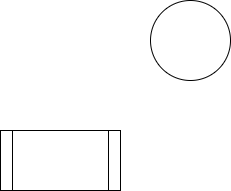
The draw.io diagram draw/ex.png in kwnh06/kwnh06.github.io, before a commit. Source tidied: cells renumbered, new cells last; positions are measured from the earlier drawing's top-left corner, leaving out a move shared by most shapes.
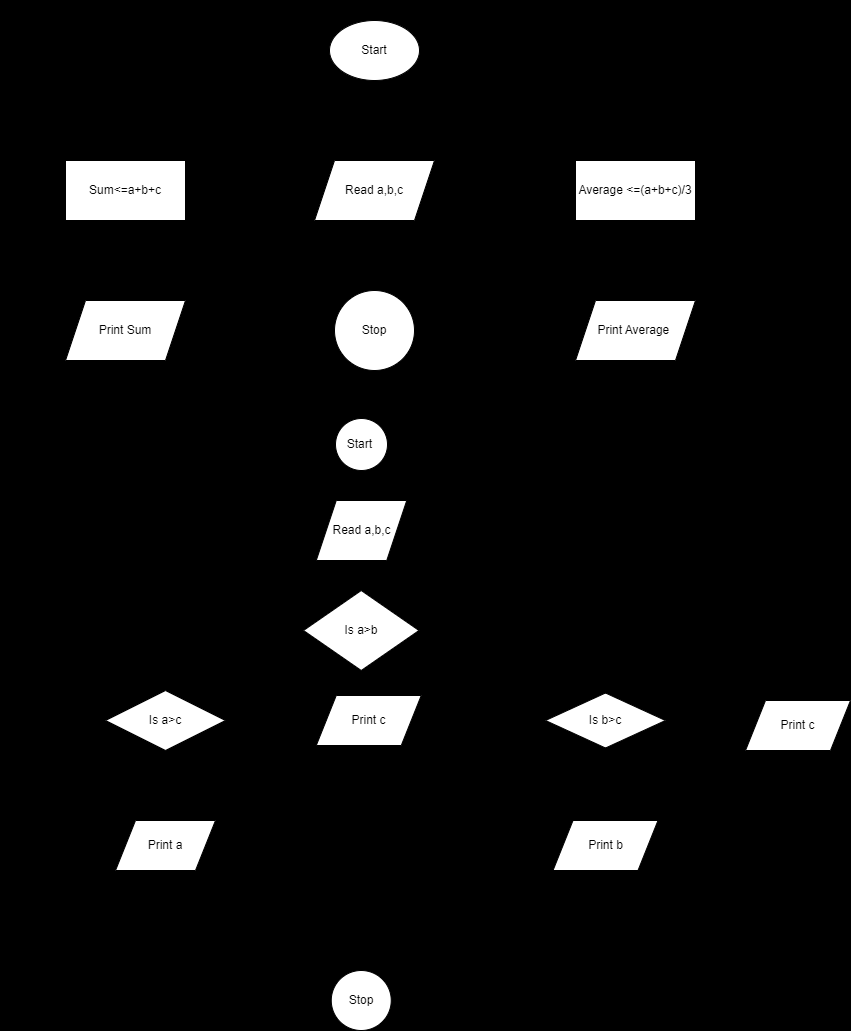
The same file after the commit.

Diff of the diagram source:
```diff
@@ -1,12 +1,185 @@
-<mxGraphModel>
+<mxGraphModel background="light-dark(#FFFFFF,#FFFFFF)">
   <root>
     <mxCell id="0" />
     <mxCell id="1" parent="0" />
-    <mxCell id="2" style="ellipse;whiteSpace=wrap;html=1;" parent="1" vertex="1">
-      <mxGeometry x="150" width="80" height="80" as="geometry" />
+    <mxCell id="2" value="flowchart&lt;div&gt;&lt;br&gt;&lt;/div&gt;" style="text;html=1;align=center;verticalAlign=middle;strokeColor=none;fillColor=none;" parent="1" vertex="1">
+      <mxGeometry x="-150" width="70" height="40" as="geometry" />
     </mxCell>
+    <mxCell id="4" style="edgeStyle=none;html=1;" parent="1" edge="1" source="3" target="6">
+      <mxGeometry relative="1" as="geometry" />
+    </mxCell>
-    <mxCell id="3" style="shape=process;whiteSpace=wrap;html=1;backgroundOutline=1;" parent="1" vertex="1">
-      <mxGeometry y="130" width="120" height="60" as="geometry" />
+    <mxCell id="3" value="Start" style="ellipse;whiteSpace=wrap;html=1;" parent="1" vertex="1">
+      <mxGeometry x="174" y="20" width="90" height="60" as="geometry" />
     </mxCell>
+    <mxCell id="5" style="edgeStyle=none;html=1;" parent="1" edge="1" source="6" target="8">
+      <mxGeometry relative="1" as="geometry" />
+    </mxCell>
+    <mxCell id="6" value="Read a,b,c" style="shape=parallelogram;perimeter=parallelogramPerimeter;whiteSpace=wrap;html=1;fixedSize=1;" parent="1" vertex="1">
+      <mxGeometry x="159" y="160" width="120" height="60" as="geometry" />
+    </mxCell>
+    <mxCell id="7" style="edgeStyle=none;html=1;" parent="1" edge="1" source="8" target="13">
+      <mxGeometry relative="1" as="geometry" />
+    </mxCell>
+    <mxCell id="8" value="Sum&amp;lt;=a+b+c" style="whiteSpace=wrap;html=1;" parent="1" vertex="1">
+      <mxGeometry x="-90" y="160" width="120" height="60" as="geometry" />
+    </mxCell>
+    <mxCell id="9" style="edgeStyle=none;html=1;" parent="1" edge="1" source="10">
+      <mxGeometry relative="1" as="geometry">
+        <mxPoint x="480" y="300" as="targetPoint" />
+      </mxGeometry>
+    </mxCell>
+    <mxCell id="10" value="Average &amp;lt;=(a+b+c)/3" style="rounded=0;whiteSpace=wrap;html=1;" parent="1" vertex="1">
+      <mxGeometry x="420" y="160" width="120" height="60" as="geometry" />
+    </mxCell>
+    <mxCell id="11" style="endArrow=classic;html=1;exitX=1;exitY=0.5;exitDx=0;exitDy=0;entryX=0;entryY=0.5;entryDx=0;entryDy=0;" parent="1" edge="1" source="6" target="10">
+      <mxGeometry relative="1" as="geometry" />
+    </mxCell>
+    <mxCell id="12" style="edgeStyle=none;html=1;" parent="1" edge="1" source="13" target="15">
+      <mxGeometry relative="1" as="geometry" />
+    </mxCell>
+    <mxCell id="13" value="Print Sum" style="shape=parallelogram;perimeter=parallelogramPerimeter;whiteSpace=wrap;html=1;fixedSize=1;" parent="1" vertex="1">
+      <mxGeometry x="-90" y="300" width="120" height="60" as="geometry" />
+    </mxCell>
+    <mxCell id="14" value="Print Average&amp;nbsp;" style="shape=parallelogram;perimeter=parallelogramPerimeter;whiteSpace=wrap;html=1;fixedSize=1;" parent="1" vertex="1">
+      <mxGeometry x="420" y="300" width="120" height="60" as="geometry" />
+    </mxCell>
+    <mxCell id="15" value="Stop" style="ellipse;whiteSpace=wrap;html=1;" parent="1" vertex="1">
+      <mxGeometry x="179" y="290" width="80" height="80" as="geometry" />
+    </mxCell>
+    <mxCell id="16" style="endArrow=classic;html=1;exitX=0;exitY=0.5;exitDx=0;exitDy=0;entryX=1;entryY=0.5;entryDx=0;entryDy=0;" parent="1" edge="1" source="14" target="15">
+      <mxGeometry relative="1" as="geometry" />
+    </mxCell>
+    <mxCell id="17" value="Bài 3" style="text;html=1;align=center;verticalAlign=middle;strokeColor=none;fillColor=none;" parent="1" vertex="1">
+      <mxGeometry x="-155" y="38" width="50" height="30" as="geometry" />
+    </mxCell>
+    <mxCell id="18" value="Bài 5" style="text;html=1;align=center;verticalAlign=middle;strokeColor=none;fillColor=none;" parent="1" vertex="1">
+      <mxGeometry x="-150" y="388" width="50" height="30" as="geometry" />
+    </mxCell>
+    <mxCell id="19" value="Start&amp;nbsp;" style="ellipse;whiteSpace=wrap;html=1;" parent="1" vertex="1">
+      <mxGeometry x="180" y="418" width="52" height="52" as="geometry" />
+    </mxCell>
+    <mxCell id="20" value="Read a,b,c" style="shape=parallelogram;perimeter=parallelogramPerimeter;whiteSpace=wrap;html=1;fixedSize=1;" parent="1" vertex="1">
+      <mxGeometry x="160.8" y="500" width="90.5" height="60" as="geometry" />
+    </mxCell>
+    <mxCell id="21" style="endArrow=classic;html=1;exitX=0.5;exitY=1;exitDx=0;exitDy=0;entryX=0.5;entryY=0;entryDx=0;entryDy=0;" parent="1" edge="1" source="19" target="20">
+      <mxGeometry relative="1" as="geometry" />
+    </mxCell>
+    <mxCell id="22" style="endArrow=classic;html=1;exitX=0.5;exitY=1;exitDx=0;exitDy=0;" parent="1" edge="1" source="20">
+      <mxGeometry relative="1" as="geometry">
+        <mxPoint x="206" y="590" as="targetPoint" />
+      </mxGeometry>
+    </mxCell>
+    <mxCell id="23" style="endArrow=none;html=1;exitX=0;exitY=0.5;exitDx=0;exitDy=0;" parent="1" edge="1" source="25">
+      <mxGeometry relative="1" as="geometry">
+        <mxPoint x="10" y="630" as="targetPoint" />
+      </mxGeometry>
+    </mxCell>
+    <mxCell id="24" style="endArrow=none;html=1;exitX=1;exitY=0.5;exitDx=0;exitDy=0;" parent="1" edge="1" source="25">
+      <mxGeometry relative="1" as="geometry">
+        <mxPoint x="450" y="630" as="targetPoint" />
+      </mxGeometry>
+    </mxCell>
+    <mxCell id="25" value="&lt;span style=&quot;color: rgb(0, 0, 0);&quot;&gt;Is a&amp;gt;b&lt;/span&gt;" style="rhombus;whiteSpace=wrap;html=1;" parent="1" vertex="1">
+      <mxGeometry x="148" y="590" width="115.5" height="80" as="geometry" />
+    </mxCell>
+    <mxCell id="26" value="Yes" style="text;html=1;align=center;verticalAlign=middle;whiteSpace=wrap;rounded=0;" parent="1" vertex="1">
+      <mxGeometry x="60" y="600" width="60" height="30" as="geometry" />
+    </mxCell>
+    <mxCell id="27" value="No" style="text;html=1;align=center;verticalAlign=middle;whiteSpace=wrap;rounded=0;" parent="1" vertex="1">
+      <mxGeometry x="330" y="600" width="60" height="30" as="geometry" />
+    </mxCell>
+    <mxCell id="28" style="endArrow=classic;html=1;entryX=0.5;entryY=0;entryDx=0;entryDy=0;" parent="1" edge="1" target="29">
+      <mxGeometry relative="1" as="geometry">
+        <mxPoint x="10" y="630" as="sourcePoint" />
+      </mxGeometry>
+    </mxCell>
+    <mxCell id="29" value="Is a&amp;gt;c" style="rhombus;whiteSpace=wrap;html=1;" parent="1" vertex="1">
+      <mxGeometry x="-50" y="690" width="120" height="60" as="geometry" />
+    </mxCell>
+    <mxCell id="30" style="edgeStyle=none;html=1;" parent="1" edge="1" source="32" target="36">
+      <mxGeometry relative="1" as="geometry" />
+    </mxCell>
+    <mxCell id="31" style="edgeStyle=none;html=1;" parent="1" edge="1" source="32" target="35">
+      <mxGeometry relative="1" as="geometry" />
+    </mxCell>
+    <mxCell id="32" value="&lt;span style=&quot;color: rgb(0, 0, 0);&quot;&gt;Is b&amp;gt;c&lt;/span&gt;" style="rhombus;whiteSpace=wrap;html=1;" parent="1" vertex="1">
+      <mxGeometry x="390" y="692.5" width="120" height="55" as="geometry" />
+    </mxCell>
+    <mxCell id="33" value="Print a" style="shape=parallelogram;perimeter=parallelogramPerimeter;whiteSpace=wrap;html=1;fixedSize=1;" parent="1" vertex="1">
+      <mxGeometry x="-40" y="820" width="100" height="50" as="geometry" />
+    </mxCell>
+    <mxCell id="34" value="Print c" style="shape=parallelogram;perimeter=parallelogramPerimeter;whiteSpace=wrap;html=1;fixedSize=1;" parent="1" vertex="1">
+      <mxGeometry x="160.8" y="695" width="105" height="50" as="geometry" />
+    </mxCell>
+    <mxCell id="35" value="Print b" style="shape=parallelogram;perimeter=parallelogramPerimeter;whiteSpace=wrap;html=1;fixedSize=1;" parent="1" vertex="1">
+      <mxGeometry x="397.5" y="820" width="105" height="50" as="geometry" />
+    </mxCell>
+    <mxCell id="36" value="Print c" style="shape=parallelogram;perimeter=parallelogramPerimeter;whiteSpace=wrap;html=1;fixedSize=1;" parent="1" vertex="1">
+      <mxGeometry x="590" y="700" width="105" height="50" as="geometry" />
+    </mxCell>
+    <mxCell id="37" value="Stop" style="ellipse;whiteSpace=wrap;html=1;" parent="1" vertex="1">
+      <mxGeometry x="175.8" y="970" width="60" height="60" as="geometry" />
+    </mxCell>
+    <mxCell id="38" style="endArrow=none;html=1;exitX=1;exitY=0.5;exitDx=0;exitDy=0;" parent="1" edge="1" source="29" target="34">
+      <mxGeometry relative="1" as="geometry" />
+    </mxCell>
+    <mxCell id="39" style="endArrow=classic;html=1;exitX=0.5;exitY=1;exitDx=0;exitDy=0;entryX=0.5;entryY=0;entryDx=0;entryDy=0;" parent="1" edge="1" source="29" target="33">
+      <mxGeometry relative="1" as="geometry" />
+    </mxCell>
+    <mxCell id="40" style="endArrow=classic;html=1;entryX=0.5;entryY=0;entryDx=0;entryDy=0;" parent="1" edge="1" target="32">
+      <mxGeometry relative="1" as="geometry">
+        <mxPoint x="450" y="630" as="sourcePoint" />
+      </mxGeometry>
+    </mxCell>
+    <mxCell id="41" style="endArrow=classic;html=1;exitX=0.5;exitY=1;exitDx=0;exitDy=0;entryX=0.621;entryY=0.02;entryDx=0;entryDy=0;entryPerimeter=0;" parent="1" edge="1" source="34" target="37">
+      <mxGeometry relative="1" as="geometry" />
+    </mxCell>
+    <mxCell id="42" style="endArrow=none;html=1;" parent="1" edge="1">
+      <mxGeometry relative="1" as="geometry">
+        <mxPoint x="10" y="1000" as="sourcePoint" />
+        <mxPoint x="10" y="870" as="targetPoint" />
+      </mxGeometry>
+    </mxCell>
+    <mxCell id="43" style="endArrow=classic;html=1;entryX=0;entryY=0.5;entryDx=0;entryDy=0;" parent="1" edge="1" target="37">
+      <mxGeometry relative="1" as="geometry">
+        <mxPoint x="10" y="1000" as="sourcePoint" />
+      </mxGeometry>
+    </mxCell>
+    <mxCell id="44" style="endArrow=none;html=1;" parent="1" edge="1">
+      <mxGeometry relative="1" as="geometry">
+        <mxPoint x="448" y="1000" as="sourcePoint" />
+        <mxPoint x="447.5" y="870" as="targetPoint" />
+      </mxGeometry>
+    </mxCell>
+    <mxCell id="45" style="endArrow=classic;html=1;" parent="1" edge="1">
+      <mxGeometry relative="1" as="geometry">
+        <mxPoint x="450" y="1000" as="sourcePoint" />
+        <mxPoint x="240" y="1000" as="targetPoint" />
+      </mxGeometry>
+    </mxCell>
+    <mxCell id="46" style="endArrow=none;html=1;" parent="1" edge="1">
+      <mxGeometry relative="1" as="geometry">
+        <mxPoint x="640" y="1010" as="sourcePoint" />
+        <mxPoint x="640" y="750" as="targetPoint" />
+      </mxGeometry>
+    </mxCell>
+    <mxCell id="47" style="endArrow=classic;html=1;" parent="1" edge="1">
+      <mxGeometry relative="1" as="geometry">
+        <mxPoint x="640" y="1010" as="sourcePoint" />
+        <mxPoint x="240" y="1010" as="targetPoint" />
+      </mxGeometry>
+    </mxCell>
+    <mxCell id="48" value="Yes" style="text;html=1;align=center;verticalAlign=middle;whiteSpace=wrap;rounded=0;" parent="1" vertex="1">
+      <mxGeometry x="-40" y="770" width="60" height="30" as="geometry" />
+    </mxCell>
+    <mxCell id="49" value="No" style="text;html=1;align=center;verticalAlign=middle;whiteSpace=wrap;rounded=0;" parent="1" vertex="1">
+      <mxGeometry x="88" y="690" width="60" height="30" as="geometry" />
+    </mxCell>
+    <mxCell id="50" value="No" style="text;html=1;align=center;verticalAlign=middle;whiteSpace=wrap;rounded=0;" parent="1" vertex="1">
+      <mxGeometry x="520" y="692.5" width="60" height="30" as="geometry" />
+    </mxCell>
+    <mxCell id="51" value="Yes" style="text;html=1;align=center;verticalAlign=middle;whiteSpace=wrap;rounded=0;" parent="1" vertex="1">
+      <mxGeometry x="397.5" y="770" width="60" height="30" as="geometry" />
+    </mxCell>
   </root>
 </mxGraphModel>
```
